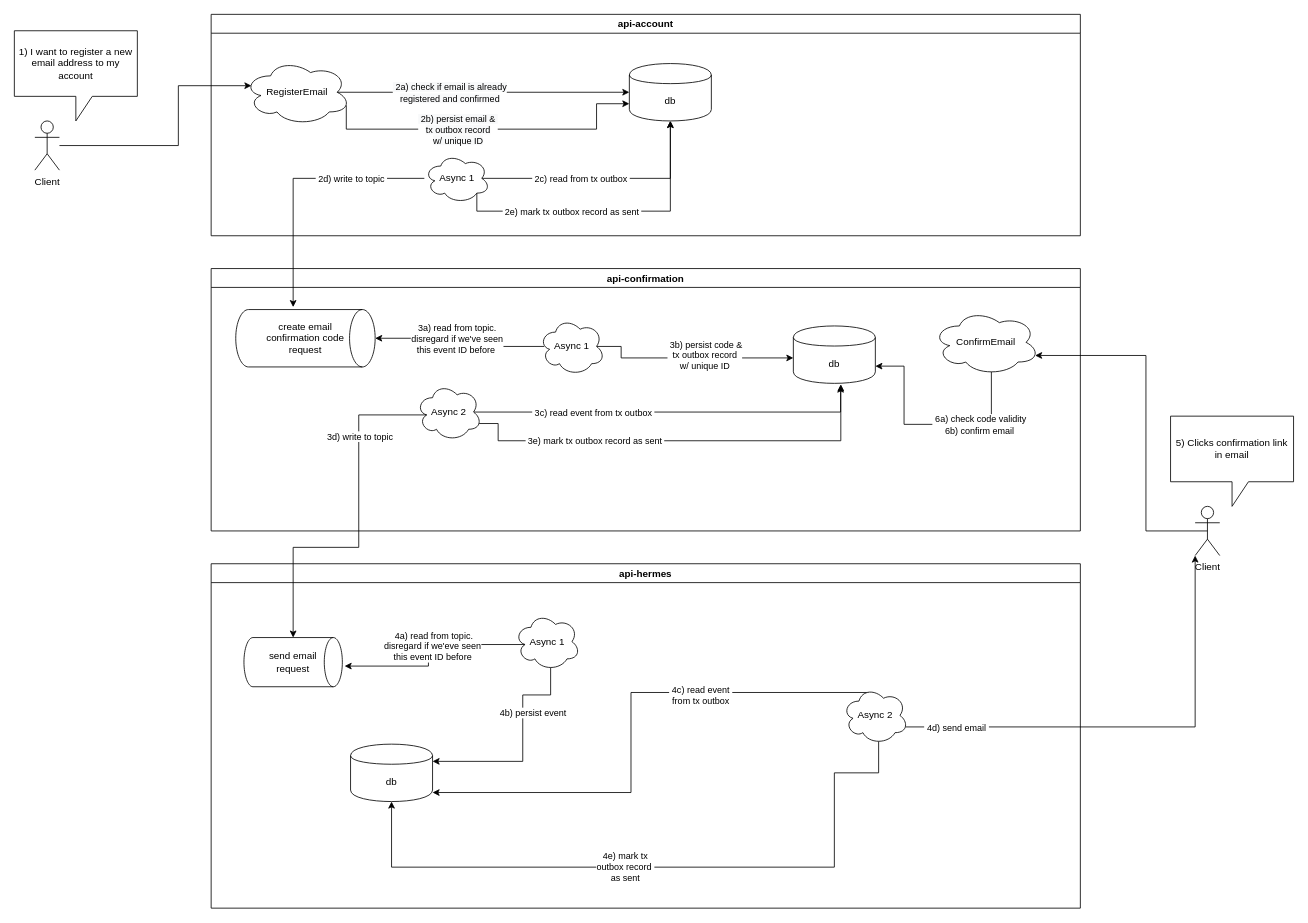
This is page "register-email" (2 of 4) of architecture.drawio from AlpacaLabs/protorepo, a draw.io file, before an edit. Source tidied: cells renumbered, new cells numbered last; positions are measured from the earlier drawing's top-left corner, leaving out a move shared by most shapes. Both pictures are drawn from the tidied source at 82%, with x=0, y=0 at pixel (14, 14).
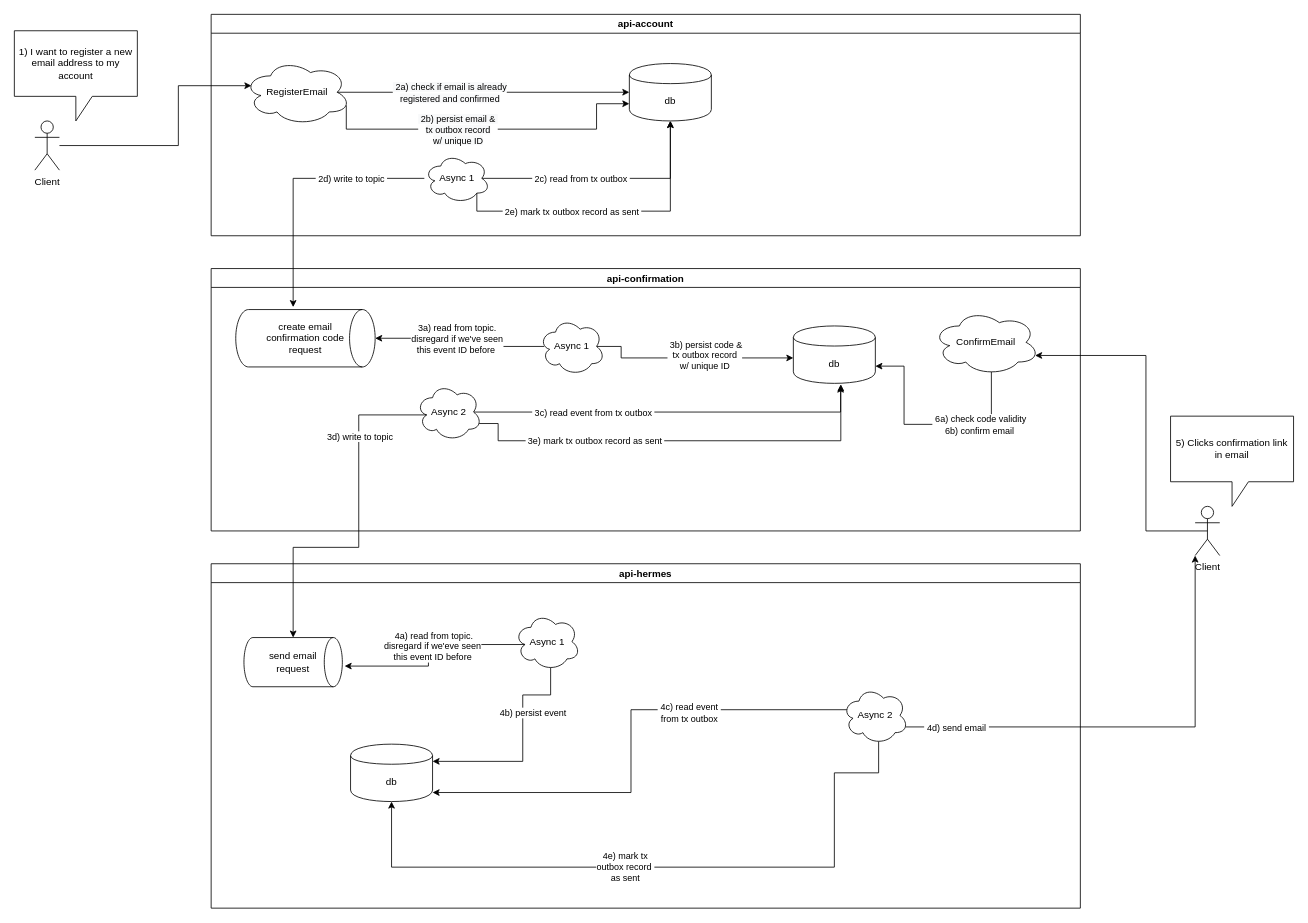
The same diagram, later.

The change refers to these unchanged cells:
```xml
<mxCell id="35" value="api-hermes" style="swimlane;rounded=0;" parent="1" vertex="1">
  <mxGeometry x="240" y="670" width="1060" height="420" as="geometry" />
</mxCell>
<mxCell id="46" value="Async 2" style="ellipse;shape=cloud;whiteSpace=wrap;html=1;rounded=0;" parent="35" vertex="1">
  <mxGeometry x="770" y="150" width="80" height="70" as="geometry" />
</mxCell>
```

What changed in the source:
```diff
@@
-    <mxCell id="43" style="edgeStyle=orthogonalEdgeStyle;rounded=0;jettySize=auto;html=1;exitX=0.4;exitY=0.1;exitDx=0;exitDy=0;exitPerimeter=0;" parent="35" edge="1" source="46">
+    <mxCell id="43" style="edgeStyle=orthogonalEdgeStyle;rounded=0;jettySize=auto;html=1;exitX=0.07;exitY=0.4;exitDx=0;exitDy=0;exitPerimeter=0;" parent="35" edge="1" source="46">
       <mxGeometry relative="1" as="geometry">
         <mxPoint x="270" y="279" as="targetPoint" />
         <Array as="points">
+          <mxPoint x="512" y="178" />
           <mxPoint x="512" y="279" />
         </Array>
       </mxGeometry>
     </mxCell>
```
